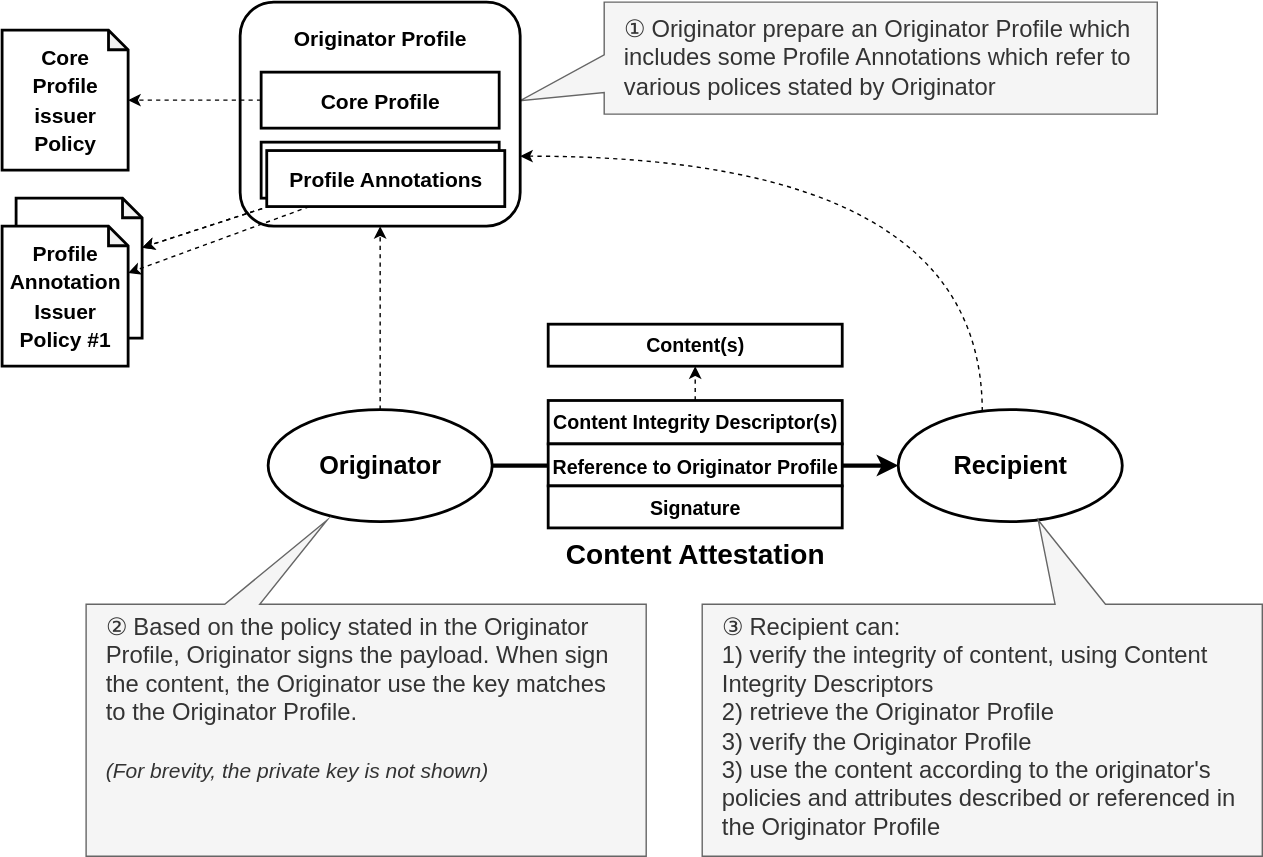
The draw.io diagram aov-source/Drawings/Architecture-Content_Attestation.drawio.svg in originator-profile/docs.originator-profile.org, before a commit. Source tidied: cells renumbered, new cells last; positions are measured from the earlier drawing's top-left corner, leaving out a move shared by most shapes.
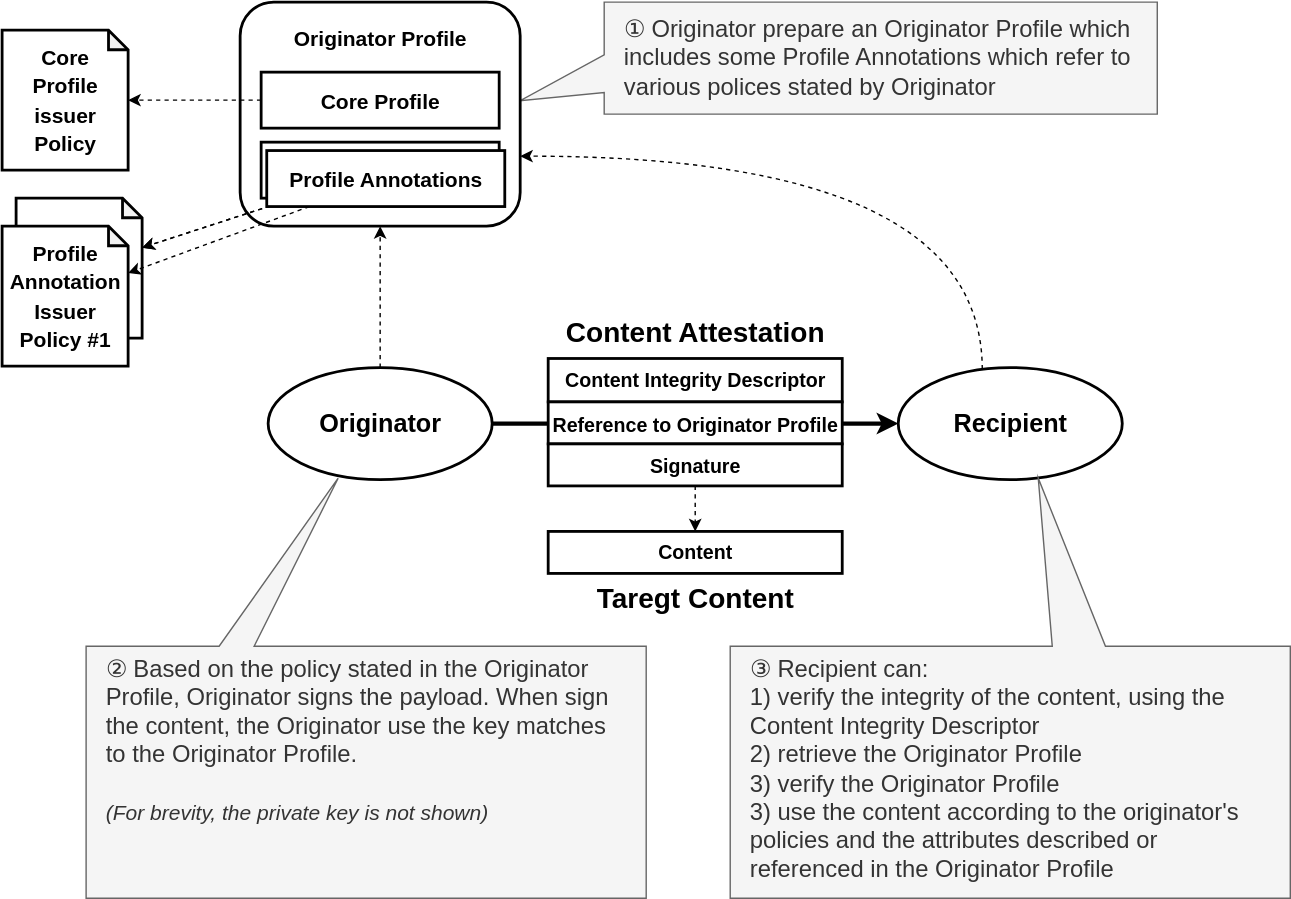
The same file after the commit.

What changed in the source:
```diff
@@ -2,35 +2,32 @@
   <root>
     <mxCell id="0" />
     <mxCell id="1" parent="0" />
+    <mxCell id="26" value="Content" style="rounded=0;whiteSpace=wrap;html=1;fontStyle=1;fontSize=14;strokeWidth=2;" parent="1" vertex="1">
+      <mxGeometry x="390" y="378" width="210" height="30" as="geometry" />
+    </mxCell>
     <mxCell id="2" value="Originator" style="ellipse;whiteSpace=wrap;html=1;fontStyle=1;fontSize=18;strokeWidth=2;" parent="1" vertex="1">
-      <mxGeometry x="190" y="291" width="160" height="80" as="geometry" />
+      <mxGeometry x="190" y="261" width="160" height="80" as="geometry" />
     </mxCell>
     <mxCell id="3" value="Recipient" style="ellipse;whiteSpace=wrap;html=1;fontStyle=1;fontSize=18;strokeWidth=2;" parent="1" vertex="1">
-      <mxGeometry x="640" y="291" width="160" height="80" as="geometry" />
+      <mxGeometry x="640" y="261" width="160" height="80" as="geometry" />
     </mxCell>
     <mxCell id="4" style="endArrow=classic;html=1;rounded=0;entryX=0;entryY=0.5;entryDx=0;entryDy=0;strokeWidth=3;" parent="1" edge="1" source="2" target="3">
       <mxGeometry relative="1" as="geometry" />
     </mxCell>
-    <mxCell id="5" value="Content Integrity Descriptor(s)" style="rounded=0;whiteSpace=wrap;html=1;fontStyle=1;fontSize=14;strokeWidth=2;" parent="1" vertex="1">
-      <mxGeometry x="390" y="284.5" width="210" height="31" as="geometry" />
+    <mxCell id="5" value="Content Integrity Descriptor" style="rounded=0;whiteSpace=wrap;html=1;fontStyle=1;fontSize=14;strokeWidth=2;" parent="1" vertex="1">
+      <mxGeometry x="390" y="254.5" width="210" height="31" as="geometry" />
     </mxCell>
-    <mxCell id="6" value="&lt;font style=&quot;font-size: 14px;&quot;&gt;Reference to Originator Profile&lt;/font&gt;" style="rounded=0;whiteSpace=wrap;html=1;fontStyle=1;fontSize=15;strokeWidth=2;" parent="1" vertex="1">
-      <mxGeometry x="390" y="315.5" width="210" height="30" as="geometry" />
-    </mxCell>
-    <mxCell id="7" value="Signature" style="rounded=0;whiteSpace=wrap;html=1;fontStyle=1;fontSize=14;strokeWidth=2;" parent="1" vertex="1">
-      <mxGeometry x="390" y="345.5" width="210" height="30" as="geometry" />
-    </mxCell>
     <mxCell id="8" value="&lt;b&gt;Content Attestation&lt;/b&gt;" style="text;html=1;align=center;verticalAlign=middle;whiteSpace=wrap;rounded=0;fontSize=20;" parent="1" vertex="1">
-      <mxGeometry x="360" y="377.5" width="270" height="30" as="geometry" />
+      <mxGeometry x="360" y="220" width="270" height="30" as="geometry" />
     </mxCell>
-    <mxCell id="9" value="&lt;div&gt;③ Recipient can:&lt;/div&gt;&lt;div&gt;1) verify the integrity of content, using Content Integrity Descriptors&lt;/div&gt;&lt;div&gt;2) retrieve the Originator Profile&lt;/div&gt;&lt;div&gt;3) verify the Originator Profile&lt;/div&gt;&lt;div&gt;3) use the content according to the originator's policies and attributes described or referenced in the Originator Profile&lt;/div&gt;" style="shape=callout;whiteSpace=wrap;html=1;perimeter=calloutPerimeter;direction=west;fillColor=#f5f5f5;fontColor=#333333;strokeColor=#666666;fontSize=17;position2=0.4;size=60;position=0.28;base=36;align=left;spacingRight=12;spacingLeft=12;verticalAlign=top;" parent="1" vertex="1">
-      <mxGeometry x="500" y="370" width="400" height="240" as="geometry" />
+    <mxCell id="9" value="&lt;div&gt;③ Recipient can:&lt;/div&gt;&lt;div&gt;1) verify the integrity of the content, using the Content Integrity Descriptor&lt;/div&gt;&lt;div&gt;2) retrieve the Originator Profile&lt;/div&gt;&lt;div&gt;3) verify the Originator Profile&lt;/div&gt;&lt;div&gt;3) use the content according to the originator's policies and the attributes described or referenced in the Originator Profile&lt;/div&gt;" style="shape=callout;whiteSpace=wrap;html=1;perimeter=calloutPerimeter;direction=west;fillColor=#f5f5f5;fontColor=#333333;strokeColor=#666666;fontSize=17;position2=0.45;size=120;position=0.33;base=38;align=left;spacingRight=12;spacingLeft=12;verticalAlign=top;" parent="1" vertex="1">
+      <mxGeometry x="520" y="340" width="400" height="300" as="geometry" />
     </mxCell>
     <mxCell id="10" value="&lt;div&gt;&lt;span style=&quot;font-size: 15px; background-color: transparent; color: light-dark(rgb(0, 0, 0), rgb(255, 255, 255));&quot;&gt;Policy&lt;/span&gt;&lt;/div&gt;" style="shape=note;whiteSpace=wrap;html=1;backgroundOutline=1;darkOpacity=0.05;strokeWidth=2;fontSize=17;size=14;fontStyle=1;" parent="1" vertex="1">
       <mxGeometry x="10" y="140" width="90" height="100" as="geometry" />
     </mxCell>
-    <mxCell id="11" value="② Based on the policy stated in the Originator Profile, Originator signs the payload. When sign the content, the Originator use the key matches to the Originator Profile.&lt;div&gt;&lt;div&gt;&lt;div&gt;&lt;i&gt;&lt;font style=&quot;font-size: 15px;&quot;&gt;&lt;span style=&quot;background-color: transparent; color: light-dark(rgb(51, 51, 51), rgb(193, 193, 193));&quot;&gt;&lt;br&gt;&lt;/span&gt;&lt;/font&gt;&lt;/i&gt;&lt;/div&gt;&lt;div&gt;&lt;i&gt;&lt;font style=&quot;font-size: 15px;&quot;&gt;&lt;span style=&quot;background-color: transparent; color: light-dark(rgb(51, 51, 51), rgb(193, 193, 193));&quot;&gt;(&lt;/span&gt;&lt;span style=&quot;background-color: transparent;&quot;&gt;For brevity, the private key is not shown)&lt;/span&gt;&lt;/font&gt;&lt;/i&gt;&lt;/div&gt;&lt;/div&gt;&lt;/div&gt;" style="shape=callout;whiteSpace=wrap;html=1;perimeter=calloutPerimeter;direction=west;fillColor=#f5f5f5;fontColor=#333333;strokeColor=#666666;fontSize=17;position2=0.57;size=60;position=0.69;base=25;align=left;spacingRight=12;spacingLeft=12;verticalAlign=top;" parent="1" vertex="1">
-      <mxGeometry x="60" y="370" width="400" height="240" as="geometry" />
+    <mxCell id="11" value="② Based on the policy stated in the Originator Profile, Originator signs the payload. When sign the content, the Originator use the key matches to the Originator Profile.&lt;div&gt;&lt;div&gt;&lt;div&gt;&lt;i&gt;&lt;font style=&quot;font-size: 15px;&quot;&gt;&lt;span style=&quot;background-color: transparent; color: light-dark(rgb(51, 51, 51), rgb(193, 193, 193));&quot;&gt;&lt;br&gt;&lt;/span&gt;&lt;/font&gt;&lt;/i&gt;&lt;/div&gt;&lt;div&gt;&lt;i&gt;&lt;font style=&quot;font-size: 15px;&quot;&gt;&lt;span style=&quot;background-color: transparent; color: light-dark(rgb(51, 51, 51), rgb(193, 193, 193));&quot;&gt;(&lt;/span&gt;&lt;span style=&quot;background-color: transparent;&quot;&gt;For brevity, the private key is not shown)&lt;/span&gt;&lt;/font&gt;&lt;/i&gt;&lt;/div&gt;&lt;/div&gt;&lt;/div&gt;" style="shape=callout;whiteSpace=wrap;html=1;perimeter=calloutPerimeter;direction=west;fillColor=#f5f5f5;fontColor=#333333;strokeColor=#666666;fontSize=17;position2=0.55;size=120;position=0.7;base=25;align=left;spacingRight=12;spacingLeft=12;verticalAlign=top;" parent="1" vertex="1">
+      <mxGeometry x="60" y="340" width="400" height="300" as="geometry" />
     </mxCell>
     <mxCell id="12" style="endArrow=classic;dashed=1;html=1;rounded=0;endFill=1;" parent="1" edge="1" source="2" target="15">
       <mxGeometry relative="1" as="geometry" />
@@ -78,11 +75,17 @@
     <mxCell id="25" value="Profile Annotations" style="rounded=0;whiteSpace=wrap;html=1;fontStyle=1;fontSize=15;strokeWidth=2;" parent="1" vertex="1">
       <mxGeometry x="189" y="106" width="170" height="40" as="geometry" />
     </mxCell>
-    <mxCell id="26" value="Content(s)" style="rounded=0;whiteSpace=wrap;html=1;fontStyle=1;fontSize=14;strokeWidth=2;" parent="1" vertex="1">
-      <mxGeometry x="390" y="230" width="210" height="30" as="geometry" />
-    </mxCell>
     <mxCell id="27" style="endArrow=classic;dashed=1;html=1;rounded=0;endFill=1;" parent="1" edge="1" source="5" target="26">
       <mxGeometry relative="1" as="geometry" />
     </mxCell>
+    <mxCell id="6" value="&lt;font style=&quot;font-size: 14px;&quot;&gt;Reference to Originator Profile&lt;/font&gt;" style="rounded=0;whiteSpace=wrap;html=1;fontStyle=1;fontSize=15;strokeWidth=2;" parent="1" vertex="1">
+      <mxGeometry x="390" y="285.5" width="210" height="30" as="geometry" />
+    </mxCell>
+    <mxCell id="7" value="Signature" style="rounded=0;whiteSpace=wrap;html=1;fontStyle=1;fontSize=14;strokeWidth=2;" parent="1" vertex="1">
+      <mxGeometry x="390" y="315.5" width="210" height="30" as="geometry" />
+    </mxCell>
+    <mxCell id="28" value="&lt;b&gt;Taregt Content&lt;/b&gt;" style="text;html=1;align=center;verticalAlign=middle;whiteSpace=wrap;rounded=0;fontSize=20;" parent="1" vertex="1">
+      <mxGeometry x="360" y="410" width="270" height="30" as="geometry" />
+    </mxCell>
   </root>
 </mxGraphModel>
```
